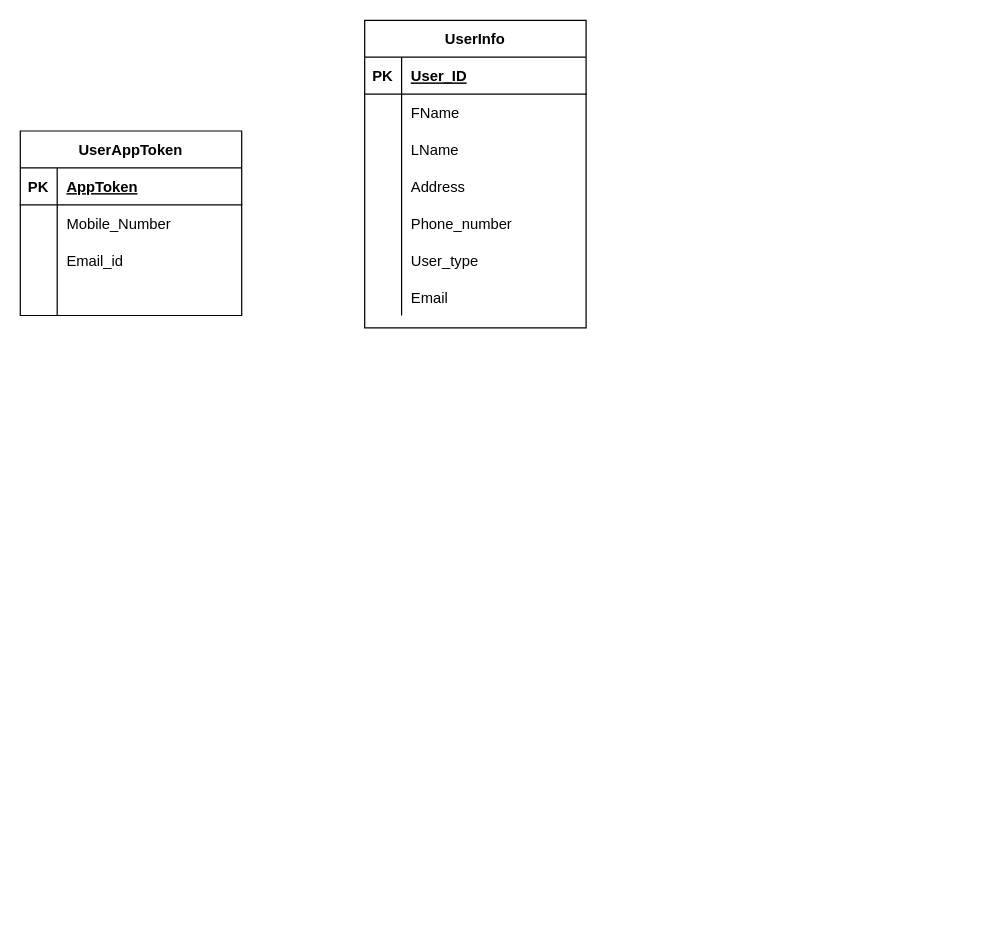
This is Tradie.drawio from bishalgnyawali/test, a draw.io file, before an edit. Source tidied: cells renumbered, new cells numbered last; positions are measured from the earlier drawing's top-left corner, leaving out a move shared by most shapes. Both pictures are drawn from the tidied source at 123%, with x=0, y=0 at pixel (20, 20).
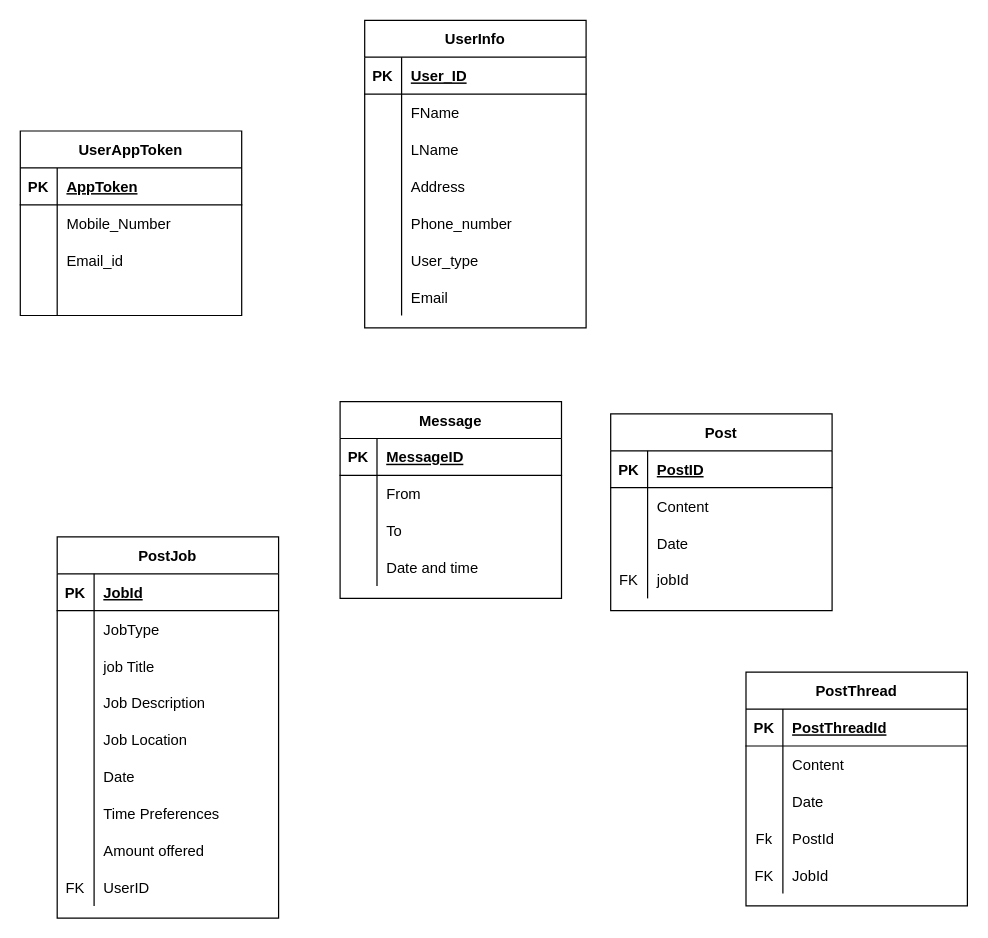
After the change.

Change to the diagram source:
```diff
@@
+    <mxCell id="37" value="Message" style="shape=table;startSize=30;childLayout=tableLayout;rowLines=0;fontStyle=1;align=center;" parent="1" vertex="1">
+      <mxGeometry x="260" y="310" width="180" height="160" as="geometry" />
+    </mxCell>
+    <mxCell id="38" style="shape=partialRectangle;fillColor=none;top=0;left=0;bottom=1;right=0;" parent="37" vertex="1">
+      <mxGeometry y="30" width="180" height="30" as="geometry" />
+    </mxCell>
+    <mxCell id="39" value="PK" style="shape=partialRectangle;fillColor=none;top=0;left=0;bottom=0;right=0;fontStyle=1;overflow=hidden;" parent="38" vertex="1">
+      <mxGeometry width="30" height="30" as="geometry" />
+    </mxCell>
+    <mxCell id="40" value="MessageID" style="shape=partialRectangle;fillColor=none;top=0;left=0;bottom=0;right=0;align=left;spacingLeft=6;fontStyle=5;overflow=hidden;" parent="38" vertex="1">
+      <mxGeometry x="30" width="150" height="30" as="geometry" />
+    </mxCell>
+    <mxCell id="41" style="shape=partialRectangle;fillColor=none;top=0;left=0;bottom=0;right=0;" parent="37" vertex="1">
+      <mxGeometry y="60" width="180" height="30" as="geometry" />
+    </mxCell>
+    <mxCell id="42" style="shape=partialRectangle;fillColor=none;top=0;left=0;bottom=0;right=0;overflow=hidden;" parent="41" vertex="1">
+      <mxGeometry width="30" height="30" as="geometry" />
+    </mxCell>
+    <mxCell id="43" value="From" style="shape=partialRectangle;fillColor=none;top=0;left=0;bottom=0;right=0;align=left;spacingLeft=6;overflow=hidden;" parent="41" vertex="1">
+      <mxGeometry x="30" width="150" height="30" as="geometry" />
+    </mxCell>
+    <mxCell id="44" style="shape=partialRectangle;fillColor=none;top=0;left=0;bottom=0;right=0;" parent="37" vertex="1">
+      <mxGeometry y="90" width="180" height="30" as="geometry" />
+    </mxCell>
+    <mxCell id="45" style="shape=partialRectangle;fillColor=none;top=0;left=0;bottom=0;right=0;overflow=hidden;" parent="44" vertex="1">
+      <mxGeometry width="30" height="30" as="geometry" />
+    </mxCell>
+    <mxCell id="46" value="To" style="shape=partialRectangle;fillColor=none;top=0;left=0;bottom=0;right=0;align=left;spacingLeft=6;overflow=hidden;" parent="44" vertex="1">
+      <mxGeometry x="30" width="150" height="30" as="geometry" />
+    </mxCell>
+    <mxCell id="47" style="shape=partialRectangle;fillColor=none;top=0;left=0;bottom=0;right=0;" parent="37" vertex="1">
+      <mxGeometry y="120" width="180" height="30" as="geometry" />
+    </mxCell>
+    <mxCell id="48" style="shape=partialRectangle;fillColor=none;top=0;left=0;bottom=0;right=0;overflow=hidden;" parent="47" vertex="1">
+      <mxGeometry width="30" height="30" as="geometry" />
+    </mxCell>
+    <mxCell id="49" value="Date and time" style="shape=partialRectangle;fillColor=none;top=0;left=0;bottom=0;right=0;align=left;spacingLeft=6;overflow=hidden;" parent="47" vertex="1">
+      <mxGeometry x="30" width="150" height="30" as="geometry" />
+    </mxCell>
+    <mxCell id="50" value="PostJob" style="shape=table;startSize=30;childLayout=tableLayout;rowLines=0;fontStyle=1;align=center;" parent="1" vertex="1">
+      <mxGeometry x="30" y="420" width="180" height="310" as="geometry" />
+    </mxCell>
+    <mxCell id="51" style="shape=partialRectangle;fillColor=none;top=0;left=0;bottom=1;right=0;" parent="50" vertex="1">
+      <mxGeometry y="30" width="180" height="30" as="geometry" />
+    </mxCell>
+    <mxCell id="52" value="PK" style="shape=partialRectangle;fillColor=none;top=0;left=0;bottom=0;right=0;fontStyle=1;overflow=hidden;" parent="51" vertex="1">
+      <mxGeometry width="30" height="30" as="geometry" />
+    </mxCell>
+    <mxCell id="53" value="JobId" style="shape=partialRectangle;fillColor=none;top=0;left=0;bottom=0;right=0;align=left;spacingLeft=6;fontStyle=5;overflow=hidden;" parent="51" vertex="1">
+      <mxGeometry x="30" width="150" height="30" as="geometry" />
+    </mxCell>
+    <mxCell id="54" style="shape=partialRectangle;fillColor=none;top=0;left=0;bottom=0;right=0;" parent="50" vertex="1">
+      <mxGeometry y="60" width="180" height="30" as="geometry" />
+    </mxCell>
+    <mxCell id="55" style="shape=partialRectangle;fillColor=none;top=0;left=0;bottom=0;right=0;overflow=hidden;" parent="54" vertex="1">
+      <mxGeometry width="30" height="30" as="geometry" />
+    </mxCell>
+    <mxCell id="56" value="JobType" style="shape=partialRectangle;fillColor=none;top=0;left=0;bottom=0;right=0;align=left;spacingLeft=6;overflow=hidden;" parent="54" vertex="1">
+      <mxGeometry x="30" width="150" height="30" as="geometry" />
+    </mxCell>
+    <mxCell id="57" style="shape=partialRectangle;fillColor=none;top=0;left=0;bottom=0;right=0;" parent="50" vertex="1">
+      <mxGeometry y="90" width="180" height="30" as="geometry" />
+    </mxCell>
+    <mxCell id="58" style="shape=partialRectangle;fillColor=none;top=0;left=0;bottom=0;right=0;overflow=hidden;" parent="57" vertex="1">
+      <mxGeometry width="30" height="30" as="geometry" />
+    </mxCell>
+    <mxCell id="59" value="job Title" style="shape=partialRectangle;fillColor=none;top=0;left=0;bottom=0;right=0;align=left;spacingLeft=6;overflow=hidden;" parent="57" vertex="1">
+      <mxGeometry x="30" width="150" height="30" as="geometry" />
+    </mxCell>
+    <mxCell id="60" style="shape=partialRectangle;fillColor=none;top=0;left=0;bottom=0;right=0;" parent="50" vertex="1">
+      <mxGeometry y="120" width="180" height="30" as="geometry" />
+    </mxCell>
+    <mxCell id="61" style="shape=partialRectangle;fillColor=none;top=0;left=0;bottom=0;right=0;overflow=hidden;" parent="60" vertex="1">
+      <mxGeometry width="30" height="30" as="geometry" />
+    </mxCell>
+    <mxCell id="62" value="Job Description" style="shape=partialRectangle;fillColor=none;top=0;left=0;bottom=0;right=0;align=left;spacingLeft=6;overflow=hidden;" parent="60" vertex="1">
+      <mxGeometry x="30" width="150" height="30" as="geometry" />
+    </mxCell>
+    <mxCell id="63" style="shape=partialRectangle;fillColor=none;top=0;left=0;bottom=0;right=0;" parent="50" vertex="1">
+      <mxGeometry y="150" width="180" height="30" as="geometry" />
+    </mxCell>
+    <mxCell id="64" style="shape=partialRectangle;fillColor=none;top=0;left=0;bottom=0;right=0;overflow=hidden;" parent="63" vertex="1">
+      <mxGeometry width="30" height="30" as="geometry" />
+    </mxCell>
+    <mxCell id="65" value="Job Location" style="shape=partialRectangle;fillColor=none;top=0;left=0;bottom=0;right=0;align=left;spacingLeft=6;overflow=hidden;" parent="63" vertex="1">
+      <mxGeometry x="30" width="150" height="30" as="geometry" />
+    </mxCell>
+    <mxCell id="66" style="shape=partialRectangle;fillColor=none;top=0;left=0;bottom=0;right=0;" parent="50" vertex="1">
+      <mxGeometry y="180" width="180" height="30" as="geometry" />
+    </mxCell>
+    <mxCell id="67" style="shape=partialRectangle;fillColor=none;top=0;left=0;bottom=0;right=0;overflow=hidden;" parent="66" vertex="1">
+      <mxGeometry width="30" height="30" as="geometry" />
+    </mxCell>
+    <mxCell id="68" value="Date" style="shape=partialRectangle;fillColor=none;top=0;left=0;bottom=0;right=0;align=left;spacingLeft=6;overflow=hidden;" parent="66" vertex="1">
+      <mxGeometry x="30" width="150" height="30" as="geometry" />
+    </mxCell>
+    <mxCell id="69" style="shape=partialRectangle;fillColor=none;top=0;left=0;bottom=0;right=0;" parent="50" vertex="1">
+      <mxGeometry y="210" width="180" height="30" as="geometry" />
+    </mxCell>
+    <mxCell id="70" style="shape=partialRectangle;fillColor=none;top=0;left=0;bottom=0;right=0;overflow=hidden;" parent="69" vertex="1">
+      <mxGeometry width="30" height="30" as="geometry" />
+    </mxCell>
+    <mxCell id="71" value="Time Preferences" style="shape=partialRectangle;fillColor=none;top=0;left=0;bottom=0;right=0;align=left;spacingLeft=6;overflow=hidden;" parent="69" vertex="1">
+      <mxGeometry x="30" width="150" height="30" as="geometry" />
+    </mxCell>
+    <mxCell id="72" style="shape=partialRectangle;fillColor=none;top=0;left=0;bottom=0;right=0;" parent="50" vertex="1">
+      <mxGeometry y="240" width="180" height="30" as="geometry" />
+    </mxCell>
+    <mxCell id="73" style="shape=partialRectangle;fillColor=none;top=0;left=0;bottom=0;right=0;overflow=hidden;" parent="72" vertex="1">
+      <mxGeometry width="30" height="30" as="geometry" />
+    </mxCell>
+    <mxCell id="74" value="Amount offered" style="shape=partialRectangle;fillColor=none;top=0;left=0;bottom=0;right=0;align=left;spacingLeft=6;overflow=hidden;" parent="72" vertex="1">
+      <mxGeometry x="30" width="150" height="30" as="geometry" />
+    </mxCell>
+    <mxCell id="75" style="shape=partialRectangle;fillColor=none;top=0;left=0;bottom=0;right=0;" parent="50" vertex="1">
+      <mxGeometry y="270" width="180" height="30" as="geometry" />
+    </mxCell>
+    <mxCell id="76" value="FK" style="shape=partialRectangle;fillColor=none;top=0;left=0;bottom=0;right=0;overflow=hidden;" parent="75" vertex="1">
+      <mxGeometry width="30" height="30" as="geometry" />
+    </mxCell>
+    <mxCell id="77" value="UserID" style="shape=partialRectangle;fillColor=none;top=0;left=0;bottom=0;right=0;align=left;spacingLeft=6;overflow=hidden;" parent="75" vertex="1">
+      <mxGeometry x="30" width="150" height="30" as="geometry" />
+    </mxCell>
+    <mxCell id="78" value="Post" style="shape=table;startSize=30;childLayout=tableLayout;rowLines=0;fontStyle=1;align=center;" parent="1" vertex="1">
+      <mxGeometry x="480" y="320" width="180" height="160" as="geometry" />
+    </mxCell>
+    <mxCell id="79" style="shape=partialRectangle;fillColor=none;top=0;left=0;bottom=1;right=0;" parent="78" vertex="1">
+      <mxGeometry y="30" width="180" height="30" as="geometry" />
+    </mxCell>
+    <mxCell id="80" value="PK" style="shape=partialRectangle;fillColor=none;top=0;left=0;bottom=0;right=0;fontStyle=1;overflow=hidden;" parent="79" vertex="1">
+      <mxGeometry width="30" height="30" as="geometry" />
+    </mxCell>
+    <mxCell id="81" value="PostID" style="shape=partialRectangle;fillColor=none;top=0;left=0;bottom=0;right=0;align=left;spacingLeft=6;fontStyle=5;overflow=hidden;" parent="79" vertex="1">
+      <mxGeometry x="30" width="150" height="30" as="geometry" />
+    </mxCell>
+    <mxCell id="82" style="shape=partialRectangle;fillColor=none;top=0;left=0;bottom=0;right=0;" parent="78" vertex="1">
+      <mxGeometry y="60" width="180" height="30" as="geometry" />
+    </mxCell>
+    <mxCell id="83" style="shape=partialRectangle;fillColor=none;top=0;left=0;bottom=0;right=0;overflow=hidden;" parent="82" vertex="1">
+      <mxGeometry width="30" height="30" as="geometry" />
+    </mxCell>
+    <mxCell id="84" value="Content" style="shape=partialRectangle;fillColor=none;top=0;left=0;bottom=0;right=0;align=left;spacingLeft=6;overflow=hidden;" parent="82" vertex="1">
+      <mxGeometry x="30" width="150" height="30" as="geometry" />
+    </mxCell>
+    <mxCell id="85" style="shape=partialRectangle;fillColor=none;top=0;left=0;bottom=0;right=0;" parent="78" vertex="1">
+      <mxGeometry y="90" width="180" height="30" as="geometry" />
+    </mxCell>
+    <mxCell id="86" style="shape=partialRectangle;fillColor=none;top=0;left=0;bottom=0;right=0;overflow=hidden;" parent="85" vertex="1">
+      <mxGeometry width="30" height="30" as="geometry" />
+    </mxCell>
+    <mxCell id="87" value="Date" style="shape=partialRectangle;fillColor=none;top=0;left=0;bottom=0;right=0;align=left;spacingLeft=6;overflow=hidden;" parent="85" vertex="1">
+      <mxGeometry x="30" width="150" height="30" as="geometry" />
+    </mxCell>
+    <mxCell id="88" style="shape=partialRectangle;fillColor=none;top=0;left=0;bottom=0;right=0;" parent="78" vertex="1">
+      <mxGeometry y="120" width="180" height="30" as="geometry" />
+    </mxCell>
+    <mxCell id="89" value="FK" style="shape=partialRectangle;fillColor=none;top=0;left=0;bottom=0;right=0;overflow=hidden;" parent="88" vertex="1">
+      <mxGeometry width="30" height="30" as="geometry" />
+    </mxCell>
+    <mxCell id="90" value="jobId" style="shape=partialRectangle;fillColor=none;top=0;left=0;bottom=0;right=0;align=left;spacingLeft=6;overflow=hidden;" parent="88" vertex="1">
+      <mxGeometry x="30" width="150" height="30" as="geometry" />
+    </mxCell>
+    <mxCell id="91" value="PostThread" style="shape=table;startSize=30;childLayout=tableLayout;rowLines=0;fontStyle=1;align=center;" parent="1" vertex="1">
+      <mxGeometry x="590" y="530" width="180" height="190" as="geometry" />
+    </mxCell>
+    <mxCell id="92" style="shape=partialRectangle;fillColor=none;top=0;left=0;bottom=1;right=0;" parent="91" vertex="1">
+      <mxGeometry y="30" width="180" height="30" as="geometry" />
+    </mxCell>
+    <mxCell id="93" value="PK" style="shape=partialRectangle;fillColor=none;top=0;left=0;bottom=0;right=0;fontStyle=1;overflow=hidden;" parent="92" vertex="1">
+      <mxGeometry width="30" height="30" as="geometry" />
+    </mxCell>
+    <mxCell id="94" value="PostThreadId" style="shape=partialRectangle;fillColor=none;top=0;left=0;bottom=0;right=0;align=left;spacingLeft=6;fontStyle=5;overflow=hidden;" parent="92" vertex="1">
+      <mxGeometry x="30" width="150" height="30" as="geometry" />
+    </mxCell>
+    <mxCell id="95" style="shape=partialRectangle;fillColor=none;top=0;left=0;bottom=0;right=0;" parent="91" vertex="1">
+      <mxGeometry y="60" width="180" height="30" as="geometry" />
+    </mxCell>
+    <mxCell id="96" style="shape=partialRectangle;fillColor=none;top=0;left=0;bottom=0;right=0;overflow=hidden;" parent="95" vertex="1">
+      <mxGeometry width="30" height="30" as="geometry" />
+    </mxCell>
+    <mxCell id="97" value="Content" style="shape=partialRectangle;fillColor=none;top=0;left=0;bottom=0;right=0;align=left;spacingLeft=6;overflow=hidden;" parent="95" vertex="1">
+      <mxGeometry x="30" width="150" height="30" as="geometry" />
+    </mxCell>
+    <mxCell id="98" style="shape=partialRectangle;fillColor=none;top=0;left=0;bottom=0;right=0;" parent="91" vertex="1">
+      <mxGeometry y="90" width="180" height="30" as="geometry" />
+    </mxCell>
+    <mxCell id="99" style="shape=partialRectangle;fillColor=none;top=0;left=0;bottom=0;right=0;overflow=hidden;" parent="98" vertex="1">
+      <mxGeometry width="30" height="30" as="geometry" />
+    </mxCell>
+    <mxCell id="100" value="Date" style="shape=partialRectangle;fillColor=none;top=0;left=0;bottom=0;right=0;align=left;spacingLeft=6;overflow=hidden;" parent="98" vertex="1">
+      <mxGeometry x="30" width="150" height="30" as="geometry" />
+    </mxCell>
+    <mxCell id="101" style="shape=partialRectangle;fillColor=none;top=0;left=0;bottom=0;right=0;" parent="91" vertex="1">
+      <mxGeometry y="120" width="180" height="30" as="geometry" />
+    </mxCell>
+    <mxCell id="102" value="Fk" style="shape=partialRectangle;fillColor=none;top=0;left=0;bottom=0;right=0;overflow=hidden;" parent="101" vertex="1">
+      <mxGeometry width="30" height="30" as="geometry" />
+    </mxCell>
+    <mxCell id="103" value="PostId" style="shape=partialRectangle;fillColor=none;top=0;left=0;bottom=0;right=0;align=left;spacingLeft=6;overflow=hidden;" parent="101" vertex="1">
+      <mxGeometry x="30" width="150" height="30" as="geometry" />
+    </mxCell>
+    <mxCell id="104" style="shape=partialRectangle;fillColor=none;top=0;left=0;bottom=0;right=0;" parent="91" vertex="1">
+      <mxGeometry y="150" width="180" height="30" as="geometry" />
+    </mxCell>
+    <mxCell id="105" value="FK" style="shape=partialRectangle;fillColor=none;top=0;left=0;bottom=0;right=0;overflow=hidden;" parent="104" vertex="1">
+      <mxGeometry width="30" height="30" as="geometry" />
+    </mxCell>
+    <mxCell id="106" value="JobId" style="shape=partialRectangle;fillColor=none;top=0;left=0;bottom=0;right=0;align=left;spacingLeft=6;overflow=hidden;" parent="104" vertex="1">
+      <mxGeometry x="30" width="150" height="30" as="geometry" />
+    </mxCell>
```
